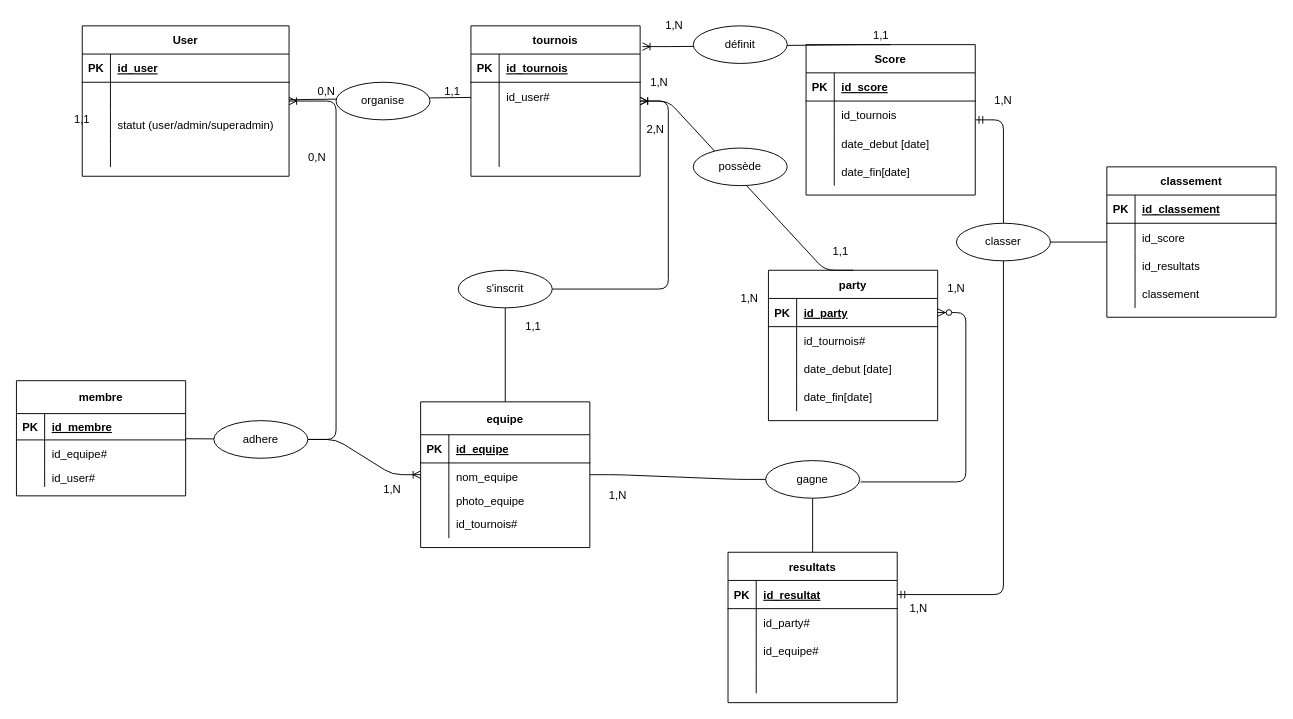
Above: Wavy.drawio in Pakulic/Maquettage_Site_web (draw.io), before the change. Source tidied: cells renumbered, new cells numbered last; positions are measured from the earlier drawing's top-left corner, leaving out a move shared by most shapes. Both pictures are drawn from the tidied source at 94%, with x=0, y=0 at pixel (16, 16).
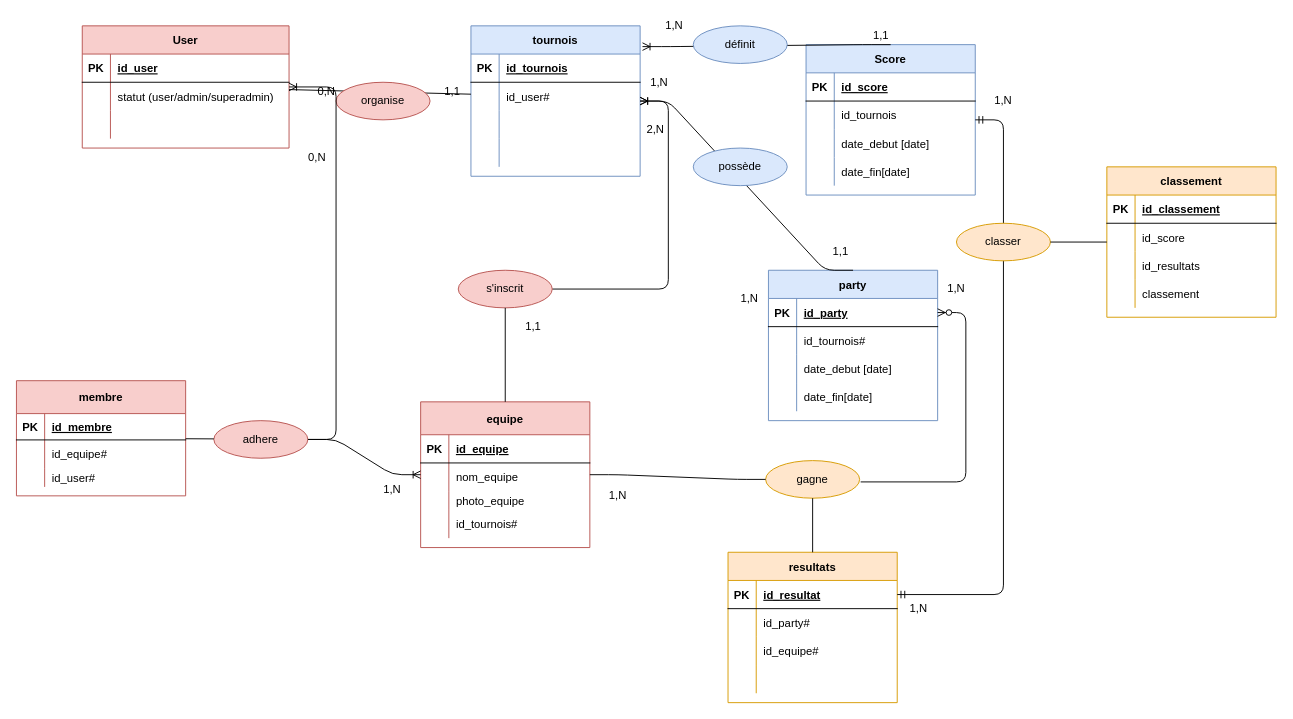
The same diagram, later.

Change to the diagram source:
```diff
@@
-    <mxCell id="2" value="User" style="shape=table;startSize=30;childLayout=tableLayout;rowLines=0;fontStyle=1;align=center;" parent="1" vertex="1">
-      <mxGeometry x="70" y="10" width="220" height="160" as="geometry" />
+    <mxCell id="2" value="User" style="shape=table;startSize=30;childLayout=tableLayout;rowLines=0;fontStyle=1;align=center;fillColor=#f8cecc;strokeColor=#b85450;" parent="1" vertex="1">
+      <mxGeometry x="70" y="10" width="220" height="130" as="geometry" />
     </mxCell>
@@
-    <mxCell id="6" style="shape=partialRectangle;fillColor=none;top=0;left=0;bottom=0;right=0;" parent="2" vertex="1">
-      <mxGeometry y="60" width="220" height="30" as="geometry" />
-    </mxCell>
-    <mxCell id="7" style="shape=partialRectangle;fillColor=none;top=0;left=0;bottom=0;right=0;overflow=hidden;" parent="6" vertex="1">
-      <mxGeometry width="30" height="30" as="geometry" />
-    </mxCell>
-    <mxCell id="8" style="shape=partialRectangle;fillColor=none;top=0;left=0;bottom=0;right=0;align=left;spacingLeft=6;overflow=hidden;" parent="6" vertex="1">
-      <mxGeometry x="30" width="190" height="30" as="geometry" />
-    </mxCell>
     <mxCell id="9" style="shape=partialRectangle;fillColor=none;top=0;left=0;bottom=0;right=0;" parent="2" vertex="1">
-      <mxGeometry y="90" width="220" height="30" as="geometry" />
+      <mxGeometry y="60" width="220" height="30" as="geometry" />
     </mxCell>
@@
     <mxCell id="12" style="shape=partialRectangle;fillColor=none;top=0;left=0;bottom=0;right=0;" parent="2" vertex="1">
-      <mxGeometry y="120" width="220" height="30" as="geometry" />
+      <mxGeometry y="90" width="220" height="30" as="geometry" />
     </mxCell>
@@
-    <mxCell id="15" value="tournois" style="shape=table;startSize=30;childLayout=tableLayout;rowLines=0;fontStyle=1;align=center;" parent="1" vertex="1">
+    <mxCell id="15" value="tournois" style="shape=table;startSize=30;childLayout=tableLayout;rowLines=0;fontStyle=1;align=center;fillColor=#dae8fc;strokeColor=#6c8ebf;" parent="1" vertex="1">
       <mxGeometry x="483.5" y="10" width="180" height="160" as="geometry" />
     </mxCell>
@@
-    <mxCell id="29" value="organise" style="ellipse;whiteSpace=wrap;html=1;align=center;" parent="1" vertex="1">
+    <mxCell id="29" value="organise" style="ellipse;whiteSpace=wrap;html=1;align=center;fillColor=#f8cecc;strokeColor=#b85450;" parent="1" vertex="1">
       <mxGeometry x="340" y="70" width="100" height="40" as="geometry" />
     </mxCell>
@@
-    <mxCell id="32" value="party" style="shape=table;startSize=30;childLayout=tableLayout;rowLines=0;fontStyle=1;align=center;" parent="1" vertex="1">
+    <mxCell id="32" value="party" style="shape=table;startSize=30;childLayout=tableLayout;rowLines=0;fontStyle=1;align=center;fillColor=#dae8fc;strokeColor=#6c8ebf;" parent="1" vertex="1">
       <mxGeometry x="800" y="270" width="180" height="160" as="geometry" />
     </mxCell>
@@
-    <mxCell id="49" value="Score" style="shape=table;startSize=30;childLayout=tableLayout;rowLines=0;fontStyle=1;align=center;" parent="1" vertex="1">
+    <mxCell id="49" value="Score" style="shape=table;startSize=30;childLayout=tableLayout;rowLines=0;fontStyle=1;align=center;fillColor=#dae8fc;strokeColor=#6c8ebf;" parent="1" vertex="1">
       <mxGeometry x="840" y="30" width="180" height="160" as="geometry" />
     </mxCell>
@@
-    <mxCell id="64" value="définit" style="ellipse;whiteSpace=wrap;html=1;align=center;" parent="1" vertex="1">
+    <mxCell id="64" value="définit" style="ellipse;whiteSpace=wrap;html=1;align=center;fillColor=#dae8fc;strokeColor=#6c8ebf;" parent="1" vertex="1">
       <mxGeometry x="720" y="10" width="100" height="40" as="geometry" />
     </mxCell>
@@
-    <mxCell id="66" value="equipe" style="shape=table;startSize=35;childLayout=tableLayout;rowLines=0;fontStyle=1;align=center;" parent="1" vertex="1">
+    <mxCell id="66" value="equipe" style="shape=table;startSize=35;childLayout=tableLayout;rowLines=0;fontStyle=1;align=center;fillColor=#f8cecc;strokeColor=#b85450;" parent="1" vertex="1">
       <mxGeometry x="430" y="410" width="180" height="155" as="geometry" />
     </mxCell>
@@
-    <mxCell id="79" value="s'inscrit" style="ellipse;whiteSpace=wrap;html=1;align=center;" parent="1" vertex="1">
+    <mxCell id="79" value="s'inscrit" style="ellipse;whiteSpace=wrap;html=1;align=center;fillColor=#f8cecc;strokeColor=#b85450;" parent="1" vertex="1">
       <mxGeometry x="470" y="270" width="100" height="40" as="geometry" />
     </mxCell>
@@
-    <mxCell id="82" value="possède" style="ellipse;whiteSpace=wrap;html=1;align=center;" parent="1" vertex="1">
+    <mxCell id="82" value="possède" style="ellipse;whiteSpace=wrap;html=1;align=center;fillColor=#dae8fc;strokeColor=#6c8ebf;" parent="1" vertex="1">
       <mxGeometry x="720" y="140" width="100" height="40" as="geometry" />
     </mxCell>
@@
-    <mxCell id="84" value="1,1" style="text;html=1;strokeColor=none;fillColor=none;align=center;verticalAlign=middle;whiteSpace=wrap;rounded=0;" parent="1" vertex="1">
-      <mxGeometry x="50" y="100" width="40" height="20" as="geometry" />
-    </mxCell>
-    <mxCell id="85" value="resultats" style="shape=table;startSize=30;childLayout=tableLayout;rowLines=0;fontStyle=1;align=center;" parent="1" vertex="1">
+    <mxCell id="85" value="resultats" style="shape=table;startSize=30;childLayout=tableLayout;rowLines=0;fontStyle=1;align=center;fillColor=#ffe6cc;strokeColor=#d79b00;" parent="1" vertex="1">
       <mxGeometry x="757" y="570" width="180" height="160" as="geometry" />
     </mxCell>
@@
-    <mxCell id="99" value="gagne" style="ellipse;whiteSpace=wrap;html=1;align=center;" parent="1" vertex="1">
+    <mxCell id="99" value="gagne" style="ellipse;whiteSpace=wrap;html=1;align=center;fillColor=#ffe6cc;strokeColor=#d79b00;" parent="1" vertex="1">
       <mxGeometry x="797" y="472.5" width="100" height="40" as="geometry" />
     </mxCell>
@@
-    <mxCell id="102" value="classement" style="shape=table;startSize=30;childLayout=tableLayout;rowLines=0;fontStyle=1;align=center;" parent="1" vertex="1">
+    <mxCell id="102" value="classement" style="shape=table;startSize=30;childLayout=tableLayout;rowLines=0;fontStyle=1;align=center;fillColor=#ffe6cc;strokeColor=#d79b00;" parent="1" vertex="1">
       <mxGeometry x="1160" y="160" width="180" height="160" as="geometry" />
     </mxCell>
@@
-    <mxCell id="117" value="classer" style="ellipse;whiteSpace=wrap;html=1;align=center;" parent="1" vertex="1">
+    <mxCell id="117" value="classer" style="ellipse;whiteSpace=wrap;html=1;align=center;fillColor=#ffe6cc;strokeColor=#d79b00;" parent="1" vertex="1">
       <mxGeometry x="1000" y="220" width="100" height="40" as="geometry" />
     </mxCell>
@@
-    <mxCell id="126" value="adhere" style="ellipse;whiteSpace=wrap;html=1;align=center;" parent="1" vertex="1">
+    <mxCell id="126" value="adhere" style="ellipse;whiteSpace=wrap;html=1;align=center;fillColor=#f8cecc;strokeColor=#b85450;" parent="1" vertex="1">
       <mxGeometry x="210" y="430" width="100" height="40" as="geometry" />
     </mxCell>
@@
-    <mxCell id="128" value="membre" style="shape=table;startSize=35;childLayout=tableLayout;rowLines=0;fontStyle=1;align=center;" parent="1" vertex="1">
+    <mxCell id="128" value="membre" style="shape=table;startSize=35;childLayout=tableLayout;rowLines=0;fontStyle=1;align=center;fillColor=#f8cecc;strokeColor=#b85450;" parent="1" vertex="1">
       <mxGeometry y="387.5" width="180" height="122.5" as="geometry" />
     </mxCell>
```
